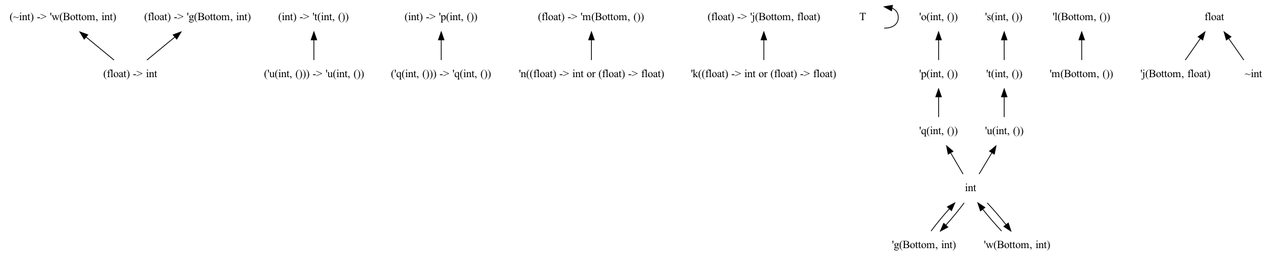
chocobo333/regino keeps this Graphviz diagram as dots/png/2.dot.png. Above is the earlier version. Its source is kept beside it as dots/2.dot.
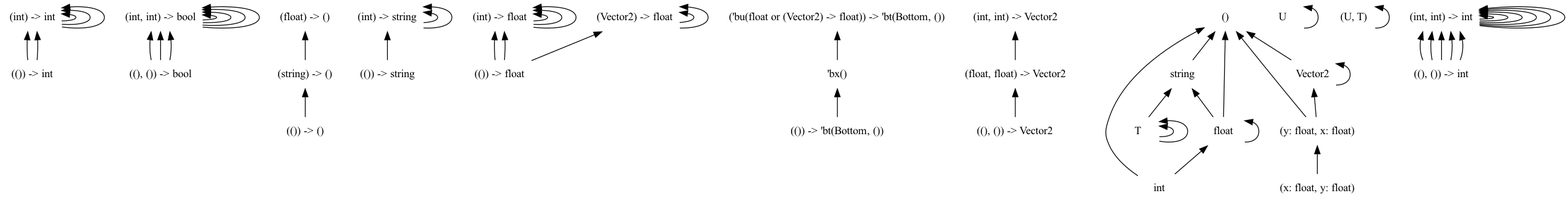
The same file after the commit.

What changed in the source:
```diff
@@ -8,50 +8,84 @@
   edge [
     dir = back
     ];
-  "(float) -> int"
-  "(~int) -> 'w(Bottom, int)"
-  "(float) -> 'g(Bottom, int)"
-  "(int) -> 't(int, ())"
-  "(int) -> 'p(int, ())"
-  "(float) -> 'm(Bottom, ())"
-  "(float) -> 'j(Bottom, float)"
+  "(()) -> int"
+  "(int) -> int"
+  "((), ()) -> bool"
+  "(int, int) -> bool"
+  "(()) -> ()"
+  "(string) -> ()"
+  "(()) -> string"
+  "(int) -> string"
+  "(()) -> float"
+  "(Vector2) -> float"
+  "((), ()) -> Vector2"
+  "(float, float) -> Vector2"
+  "(float) -> ()"
+  "(int, int) -> Vector2"
+  "string"
+  "Vector2"
+  "(y: float, x: float)"
+  "(x: 'bj(float or (Vector2) -> float), y: 'bk(float or (Vector2) -> float))"
   "T"
-  "'k((float) -> int or (float) -> float)"
-  "'n((float) -> int or (float) -> float)"
-  "'t(int, ())"
-  "'u(int, ())"
-  "'p(int, ())"
-  "'q(int, ())"
-  "'m(Bottom, ())"
-  "'g(Bottom, int)"
-  "'w(Bottom, int)"
-  "'j(Bottom, float)"
-  "'s(int, ())"
-  "'o(int, ())"
-  "'l(Bottom, ())"
+  "U"
+  "T"
+  "T"
+  "()"
+  "(U, T)"
+  "'bk(float or (Vector2) -> float)"
   "float"
+  "'bj(float or (Vector2) -> float)"
   "int"
-  "~int"
-  "('u(int, ())) -> 'u(int, ())"
-  "('q(int, ())) -> 'q(int, ())"
-  "(float) -> 'm(Bottom, ())" -> "'n((float) -> int or (float) -> float)"
-  "(float) -> 'j(Bottom, float)" -> "'k((float) -> int or (float) -> float)"
-  "(~int) -> 'w(Bottom, int)" -> "(float) -> int"
-  "(float) -> 'g(Bottom, int)" -> "(float) -> int"
-  "'w(Bottom, int)" -> "int"
+  "((), ()) -> int"
+  "(int, int) -> int"
+  "(float, float) -> Vector2" -> "((), ()) -> Vector2"
+  "(int, int) -> Vector2" -> "(float, float) -> Vector2"
+  "(int, int) -> int" -> "((), ()) -> int"
+  "(int, int) -> int" -> "((), ()) -> int"
+  "(int, int) -> int" -> "((), ()) -> int"
+  "(int, int) -> int" -> "(int, int) -> int"
+  "(int, int) -> int" -> "((), ()) -> int"
+  "(int, int) -> int" -> "((), ()) -> int"
+  "(int, int) -> int" -> "(int, int) -> int"
+  "(int) -> int" -> "(int) -> int"
+  "(int) -> int" -> "(()) -> int"
+  "(int) -> int" -> "(()) -> int"
+  "(int) -> int" -> "(int) -> int"
+  "(int, int) -> int" -> "(int, int) -> int"
+  "(int) -> int" -> "(int) -> int"
+  "(int, int) -> int" -> "(int, int) -> int"
+  "(int, int) -> bool" -> "((), ()) -> bool"
+  "(int, int) -> bool" -> "(int, int) -> bool"
+  "(int, int) -> bool" -> "((), ()) -> bool"
+  "(int, int) -> bool" -> "((), ()) -> bool"
+  "(int, int) -> bool" -> "(int, int) -> bool"
+  "(int, int) -> bool" -> "(int, int) -> bool"
+  "(int) -> string" -> "(()) -> string"
+  "(int) -> string" -> "(int) -> string"
+  "(int) -> string" -> "(int) -> string"
+  "(string) -> ()" -> "(()) -> ()"
+  "string" -> "T"
+  "string" -> "float"
+  "Vector2" -> "Vector2"
+  "Vector2" -> "(y: float, x: float)"
+  "(float) -> ()" -> "(string) -> ()"
+  "(int, int) -> bool" -> "(int, int) -> bool"
+  "(int, int) -> int" -> "(int, int) -> int"
+  "(int, int) -> int" -> "(int, int) -> int"
+  "(y: float, x: float)" -> "(x: 'bj(float or (Vector2) -> float), y: 'bk(float or (Vector2) -> float))"
   "T" -> "T"
-  "float" -> "'j(Bottom, float)"
-  "float" -> "~int"
-  "'s(int, ())" -> "'t(int, ())"
-  "'u(int, ())" -> "int"
-  "'t(int, ())" -> "'u(int, ())"
-  "int" -> "'g(Bottom, int)"
-  "int" -> "'w(Bottom, int)"
-  "'o(int, ())" -> "'p(int, ())"
-  "'q(int, ())" -> "int"
-  "'p(int, ())" -> "'q(int, ())"
-  "'l(Bottom, ())" -> "'m(Bottom, ())"
-  "'g(Bottom, int)" -> "int"
-  "(int) -> 't(int, ())" -> "('u(int, ())) -> 'u(int, ())"
-  "(int) -> 'p(int, ())" -> "('q(int, ())) -> 'q(int, ())"
+  "U" -> "U"
+  "T" -> "T"
+  "()" -> "string"
+  "()" -> "Vector2"
+  "()" -> "(y: float, x: float)"
+  "()" -> "float"
+  "()" -> "int"
+  "(U, T)" -> "(U, T)"
+  "float" -> "'bk(float or (Vector2) -> float)"
+  "float" -> "'bj(float or (Vector2) -> float)"
+  "float" -> "int"
+  "(Vector2) -> float" -> "(()) -> float"
+  "(Vector2) -> float" -> "(Vector2) -> float"
+  "(Vector2) -> float" -> "(Vector2) -> float"
 }
```
